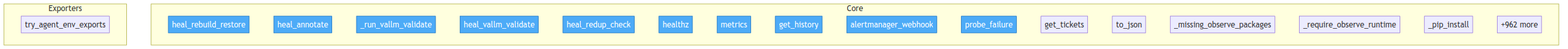
The Mermaid diagram project/flow.png in semcod/koru, before a commit. Its source is kept beside it as project/flow.mmd.
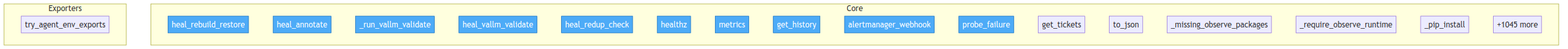
Later version of the same file.

The edit, as a diff of the source:
```diff
@@ -18,7 +18,7 @@
         src__koruobserve__cli___missing_observe_packages["_missing_observe_packages"]
         src__koruobserve__cli___require_observe_runtime["_require_observe_runtime"]
         src__koruobserve__cli___pip_install["_pip_install"]
-        ...["+962 more"]
+        ...["+1045 more"]
     end
 
     subgraph Exporters
```
